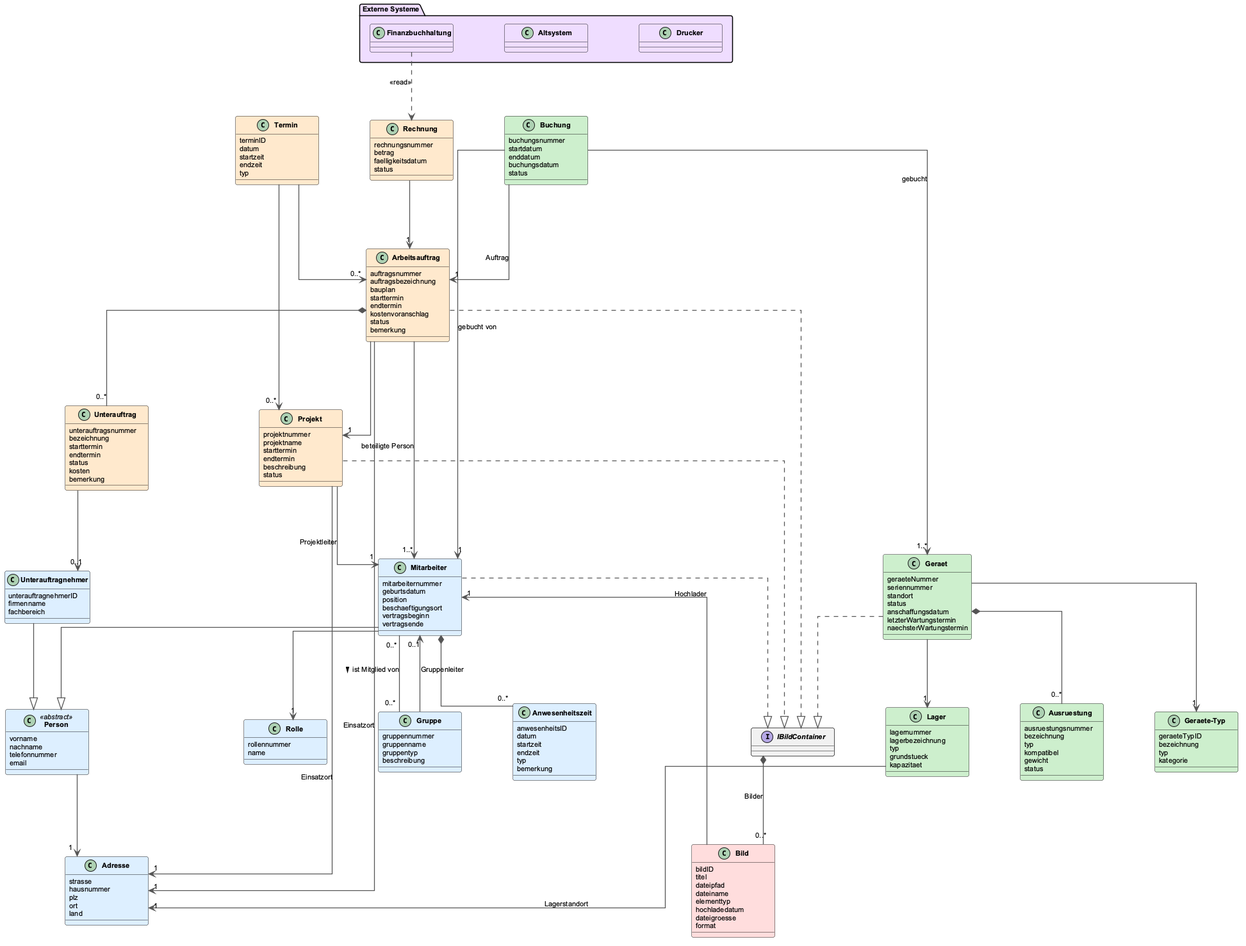
Before: assets/klassendiagramm/Klassendiagramm.png, a diagram exported from PlantUML (DaniPolishchuk/SWEProjekt). Source of this version:
```plantuml
@startuml Klassendiagramm


skinparam linetype ortho
skinparam classAttributeIconSize 0
skinparam classFontStyle bold
skinparam classFontSize 11
skinparam classHeaderBackgroundColor transparent
skinparam ArrowColor #555555
skinparam ArrowThickness 1.3
skinparam shadowing false
skinparam roundCorner 6
skinparam defaultFontName Arial
skinparam defaultFontSize 11
skinparam nodesep 80
skinparam ranksep 100
skinparam minClassWidth 130


package "Externe Systeme" #EEDDFF {
    class Finanzbuchhaltung #EEDDFF {}
    class Altsystem #EEDDFF {}
    class Drucker #EEDDFF {}
}


class Person <<abstract>> #DDEEFF {
    vorname
    nachname
    telefonnummer
    email
}

class Adresse #DDEEFF {
    strasse
    hausnummer
    plz
    ort
    land
}

class Mitarbeiter #DDEEFF {
    mitarbeiternummer
    geburtsdatum
    position
    beschaeftigungsort
    vertragsbeginn
    vertragsende
}

class Unterauftragnehmer #DDEEFF {
    unterauftragnehmerID
    firmenname
    fachbereich
}

class Rolle #DDEEFF {
    rollennummer
    name
}

class Gruppe #DDEEFF {
    gruppennummer
    gruppenname
    gruppentyp
    beschreibung
}

class Anwesenheitszeit #DDEEFF {
    anwesenheitsID
    datum
    startzeit
    endzeit
    typ
    bemerkung
}


class Projekt #FFE8CC {
    projektnummer
    projektname
    starttermin
    endtermin
    beschreibung
    status
}

class Arbeitsauftrag #FFE8CC {
    auftragsnummer
    auftragsbezeichnung
    bauplan
    starttermin
    endtermin
    kostenvoranschlag
    status
    bemerkung
}

class Unterauftrag #FFE8CC {
    unterauftragsnummer
    bezeichnung
    starttermin
    endtermin
    status
    kosten
    bemerkung
}

class Termin #FFE8CC {
    terminID
    datum
    startzeit
    endzeit
    typ
}

class Rechnung #FFE8CC {
    rechnungsnummer
    betrag
    faelligkeitsdatum
    status
}


class "Geraete-Typ" as GeraeteTyp #CCEECC {
    geraeteTypID
    bezeichnung
    typ
    kategorie
}

class Geraet #CCEECC {
    geraeteNummer
    seriennummer
    standort
    status
    anschaffungsdatum
    letzterWartungstermin
    naechsterWartungstermin
}

class Ausruestung #CCEECC {
    ausruestungsnummer
    bezeichnung
    typ
    kompatibel
    gewicht
    status
}

class Lager #CCEECC {
    lagernummer
    lagerbezeichnung
    typ
    grundstueck
    kapazitaet
}

class Buchung #CCEECC {
    buchungsnummer
    startdatum
    enddatum
    buchungsdatum
    status
}


interface IBildContainer {
}

class Bild #FFDDDD {
    bildID
    titel
    dateipfad
    dateiname
    elementtyp
    hochladedatum
    dateigroesse
    format
}


Mitarbeiter        --|> Person
Unterauftragnehmer --|> Person

Person         --> "1" Adresse
Lager          --> "1" Adresse : Lagerstandort
Projekt        --> "1" Adresse : Einsatzort
Arbeitsauftrag --> "1" Adresse : Einsatzort

Mitarbeiter --> "1"    Rolle
Mitarbeiter *-- "0..*" Anwesenheitszeit
Mitarbeiter "0..*" -- "0..*" Gruppe : ist Mitglied von >
Gruppe      --> "0..1" Mitarbeiter  : Gruppenleiter

Projekt        --> "1"    Mitarbeiter  : Projektleiter
Arbeitsauftrag --> "1"    Projekt
Arbeitsauftrag --> "1..*" Mitarbeiter  : beteiligte Person
Arbeitsauftrag *-- "0..*" Unterauftrag
Unterauftrag   --> "0..1" Unterauftragnehmer
Termin         --> "0..*" Arbeitsauftrag
Termin         --> "0..*" Projekt

Rechnung          --> "1" Arbeitsauftrag
Finanzbuchhaltung ..>     Rechnung : <<read>>

Geraet --> "1"    GeraeteTyp
Geraet --> "1"    Lager
Geraet *-- "0..*" Ausruestung

Buchung --> "1..*" Geraet         : gebucht
Buchung --> "1"    Arbeitsauftrag : Auftrag
Buchung --> "1"    Mitarbeiter    : gebucht von

Mitarbeiter    ..|> IBildContainer
Arbeitsauftrag ..|> IBildContainer
Projekt        ..|> IBildContainer
Geraet         ..|> IBildContainer
IBildContainer *-- "0..*" Bild : Bilder
Bild           --> "1"    Mitarbeiter : Hochlader

@enduml
```
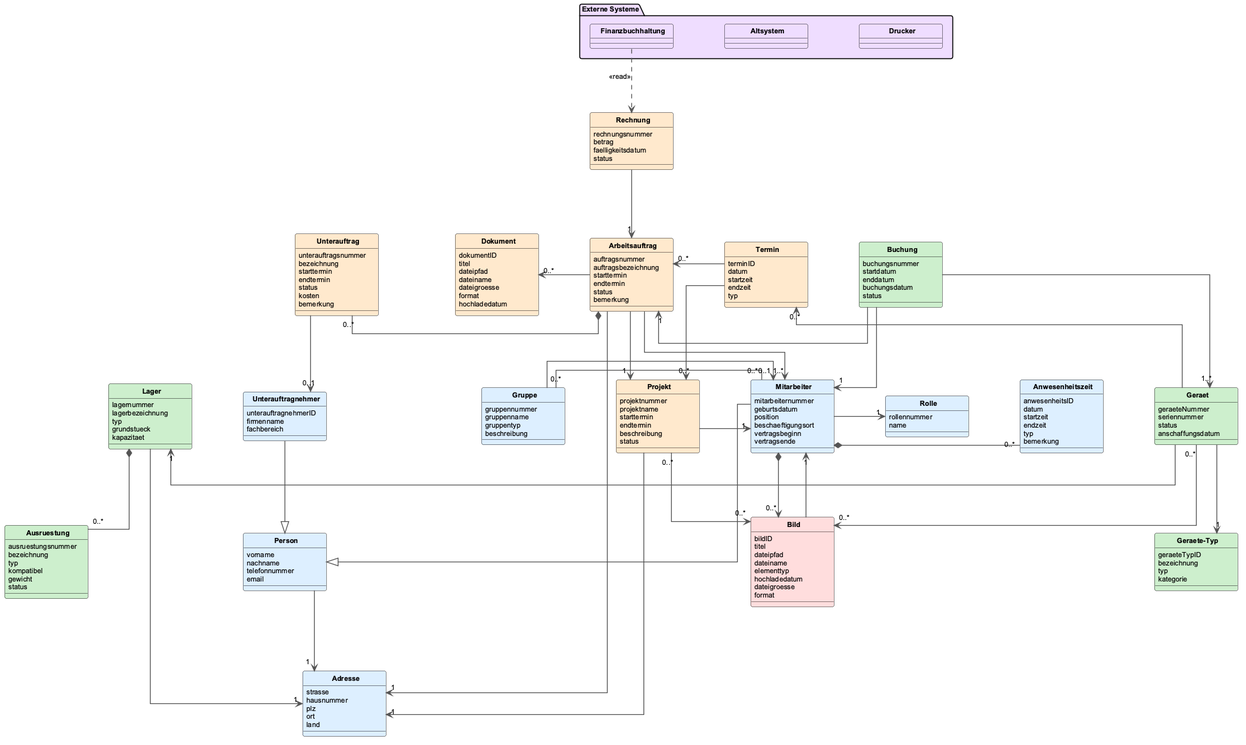
Above is the later version.

Commit message:
Sequenzdiagramm und Klassendiagramm überarbeitet nicht fertig

Change to the diagram source:
```diff
@@ -3,6 +3,8 @@
 
 skinparam linetype ortho
 skinparam classAttributeIconSize 0
+skinparam circledCharacterRadius 0
+skinparam circledCharacterFontSize 0
 skinparam classFontStyle bold
 skinparam classFontSize 11
 skinparam classHeaderBackgroundColor transparent
@@ -24,7 +26,7 @@
 }
 
 
-class Person <<abstract>> #DDEEFF {
+class Person #DDEEFF {
     vorname
     nachname
     telefonnummer
@@ -88,10 +90,8 @@
 class Arbeitsauftrag #FFE8CC {
     auftragsnummer
     auftragsbezeichnung
-    bauplan
     starttermin
     endtermin
-    kostenvoranschlag
     status
     bemerkung
 }
@@ -121,6 +121,16 @@
     status
 }
 
+class Dokument #FFE8CC {
+    dokumentID
+    titel
+    dateipfad
+    dateiname
+    dateigroesse
+    format
+    hochladedatum
+}
+
 
 class "Geraete-Typ" as GeraeteTyp #CCEECC {
     geraeteTypID
@@ -132,11 +142,8 @@
 class Geraet #CCEECC {
     geraeteNummer
     seriennummer
-    standort
     status
     anschaffungsdatum
-    letzterWartungstermin
-    naechsterWartungstermin
 }
 
 class Ausruestung #CCEECC {
@@ -165,9 +172,6 @@
 }
 
 
-interface IBildContainer {
-}
-
 class Bild #FFDDDD {
     bildID
     titel
@@ -180,43 +184,43 @@
 }
 
 
-Mitarbeiter        --|> Person
-Unterauftragnehmer --|> Person
+Mitarbeiter        -down-|> Person
+Unterauftragnehmer -down-|> Person
 
-Person         --> "1" Adresse
-Lager          --> "1" Adresse : Lagerstandort
-Projekt        --> "1" Adresse : Einsatzort
-Arbeitsauftrag --> "1" Adresse : Einsatzort
+Person         -down-> "1"    Adresse
+Lager          -down-> "1"    Adresse
+Projekt        -right-> "1"   Adresse
+Arbeitsauftrag -right-> "1"   Adresse
 
-Mitarbeiter --> "1"    Rolle
-Mitarbeiter *-- "0..*" Anwesenheitszeit
-Mitarbeiter "0..*" -- "0..*" Gruppe : ist Mitglied von >
-Gruppe      --> "0..1" Mitarbeiter  : Gruppenleiter
+Mitarbeiter -right-> "1"    Rolle
+Mitarbeiter *-right- "0..*" Anwesenheitszeit
+Mitarbeiter "0..*" -left- "0..*" Gruppe
+Gruppe      -right-> "0..1" Mitarbeiter
 
-Projekt        --> "1"    Mitarbeiter  : Projektleiter
-Arbeitsauftrag --> "1"    Projekt
-Arbeitsauftrag --> "1..*" Mitarbeiter  : beteiligte Person
-Arbeitsauftrag *-- "0..*" Unterauftrag
-Unterauftrag   --> "0..1" Unterauftragnehmer
-Termin         --> "0..*" Arbeitsauftrag
-Termin         --> "0..*" Projekt
+Projekt        -right-> "1"    Mitarbeiter
+Arbeitsauftrag -down->  "1"    Projekt
+Arbeitsauftrag -right-> "1..*" Mitarbeiter
+Arbeitsauftrag *-left-  "0..*" Unterauftrag
+Arbeitsauftrag -left->  "0..*" Dokument
+Unterauftrag   -down->  "0..1" Unterauftragnehmer
+Termin         -left->  "0..*" Arbeitsauftrag
+Termin         -down->  "0..*" Projekt
 
-Rechnung          --> "1" Arbeitsauftrag
+Rechnung          -down-> "1" Arbeitsauftrag
 Finanzbuchhaltung ..>     Rechnung : <<read>>
 
-Geraet --> "1"    GeraeteTyp
-Geraet --> "1"    Lager
-Geraet *-- "0..*" Ausruestung
+Geraet -down->  "1"    GeraeteTyp
+Geraet -left->  "1"    Lager
+Geraet -left->  "0..*" Termin
+Lager  *-down-  "0..*" Ausruestung
 
-Buchung --> "1..*" Geraet         : gebucht
-Buchung --> "1"    Arbeitsauftrag : Auftrag
-Buchung --> "1"    Mitarbeiter    : gebucht von
+Buchung -down->  "1..*" Geraet
+Buchung -left->  "1"    Arbeitsauftrag
+Buchung -right-> "1"    Mitarbeiter
 
-Mitarbeiter    ..|> IBildContainer
-Arbeitsauftrag ..|> IBildContainer
-Projekt        ..|> IBildContainer
-Geraet         ..|> IBildContainer
-IBildContainer *-- "0..*" Bild : Bilder
-Bild           --> "1"    Mitarbeiter : Hochlader
+Mitarbeiter *-down-> "0..*" Bild
+Projekt     "0..*" -down-> "0..*" Bild
+Geraet      "0..*" -down-> "0..*" Bild
+Bild        -up->   "1"    Mitarbeiter
 
 @enduml
```
